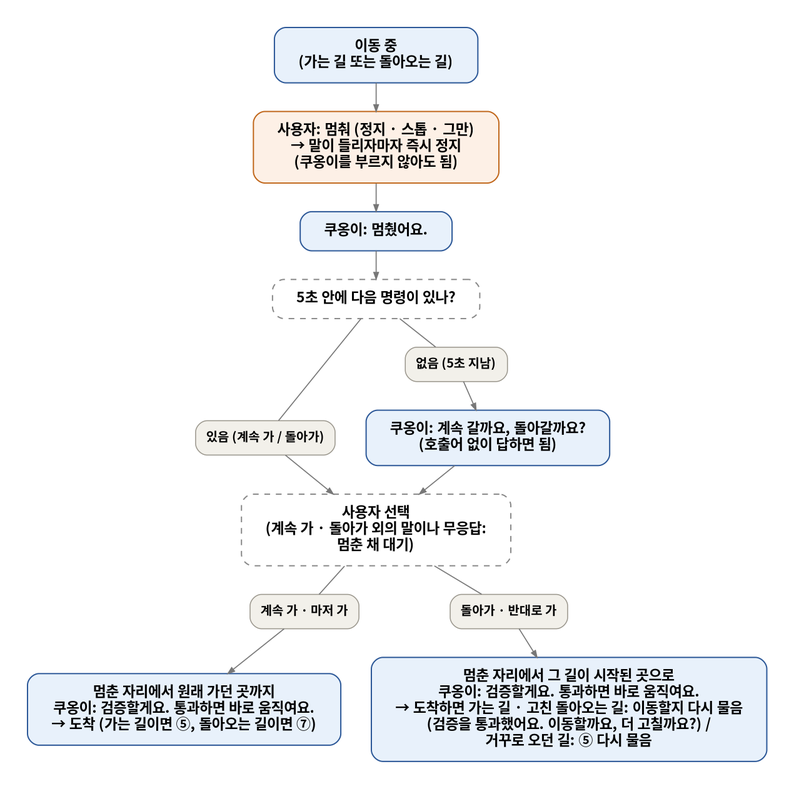
The Graphviz diagram docs/flow/flow3_stop.png in jaemin0319/ChatKHU, before a commit. Its source is kept beside it as docs/flow/flow3_stop.dot.
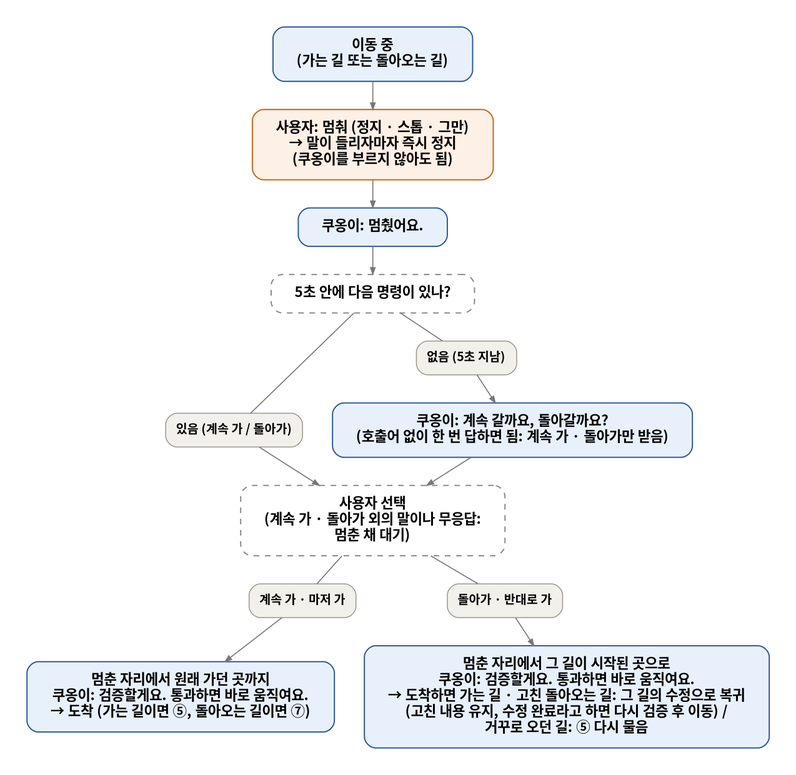
The same diagram one commit later.

Change to the diagram source:
```diff
@@ -4,10 +4,10 @@
   stop [label="사용자: 멈춰 (정지 · 스톱 · 그만)\n→ 말이 들리자마자 즉시 정지\n(쿠옹이를 부르지 않아도 됨)", fillcolor="#FDF0E6", color="#C0661A"];
   said [label="쿠옹이: 멈췄어요."];
   wait5 [label="5초 안에 다음 명령이 있나?", style="rounded,dashed", fillcolor="white", color="#888888"];
-  ask [label="쿠옹이: 계속 갈까요, 돌아갈까요?\n(호출어 없이 답하면 됨)"];
+  ask [label="쿠옹이: 계속 갈까요, 돌아갈까요?\n(호출어 없이 한 번 답하면 됨: 계속 가 · 돌아가만 받음)"];
   choose [label="사용자 선택\n(계속 가 · 돌아가 외의 말이나 무응답:\n멈춘 채 대기)", style="rounded,dashed", fillcolor="white", color="#888888"];
   fwd [label="멈춘 자리에서 원래 가던 곳까지\n쿠옹이: 검증할게요. 통과하면 바로 움직여요.\n→ 도착 (가는 길이면 ⑤, 돌아오는 길이면 ⑦)"];
-  back [label="멈춘 자리에서 그 길이 시작된 곳으로\n쿠옹이: 검증할게요. 통과하면 바로 움직여요.\n→ 도착하면 가는 길 · 고친 돌아오는 길: 이동할지 다시 물음\n(검증을 통과했어요. 이동할까요, 더 고칠까요?) /\n거꾸로 오던 길: ⑤ 다시 물음"];
+  back [label="멈춘 자리에서 그 길이 시작된 곳으로\n쿠옹이: 검증할게요. 통과하면 바로 움직여요.\n→ 도착하면 가는 길 · 고친 돌아오는 길: 그 길의 수정으로 복귀\n(고친 내용 유지, 수정 완료라고 하면 다시 검증 후 이동) /\n거꾸로 오던 길: ⑤ 다시 물음"];
 
   node [shape=box, style="rounded,filled", fillcolor="#F2F0EA", color="#9A968C", fontsize=13, margin="0.15,0.06", penwidth=1];
   p_yes [label="있음 (계속 가 / 돌아가)"]; p_no [label="없음 (5초 지남)"];
```
